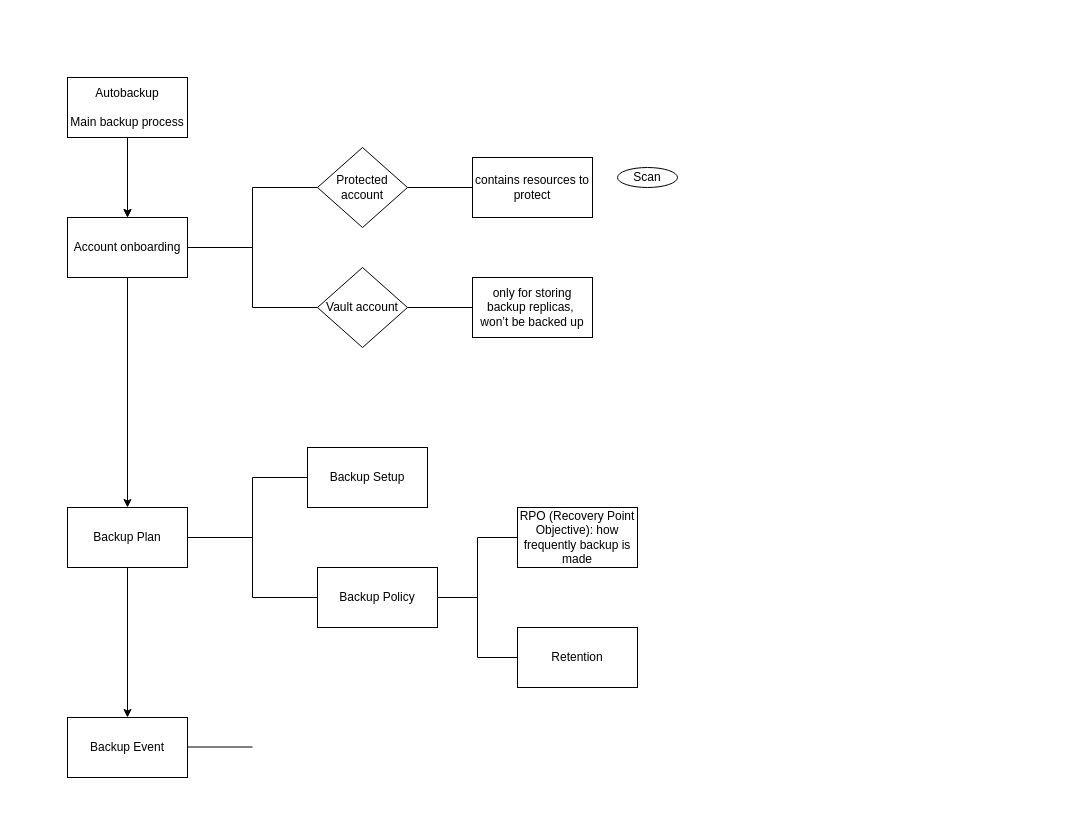
Before: Untitled Diagram.drawio in amuRico/follow, a draw.io diagram. Source tidied: cells renumbered, new cells numbered last; positions are measured from the earlier drawing's top-left corner, leaving out a move shared by most shapes. Both pictures are drawn from the tidied source at 100%, with x=0, y=0 at pixel (67, 77).
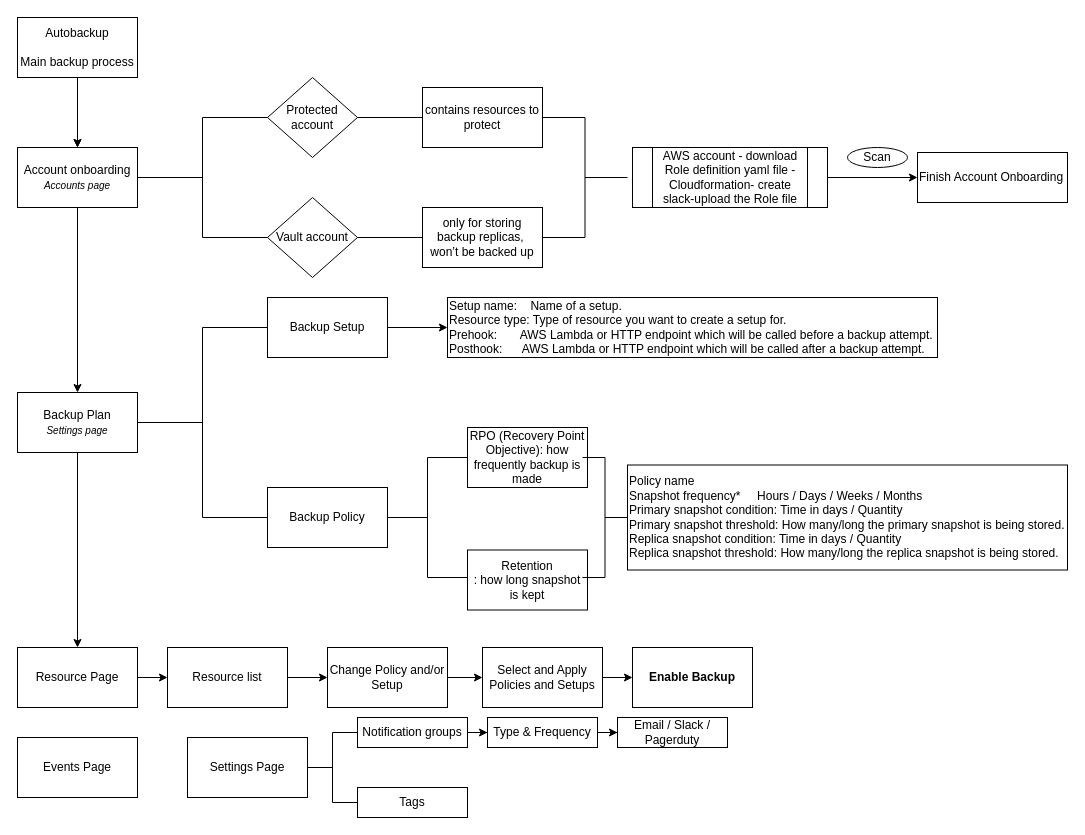
Above is the later version.

Change to the diagram source:
```diff
@@
     <mxCell id="2" style="edgeStyle=orthogonalEdgeStyle;rounded=0;jettySize=auto;html=1;" parent="1" edge="1" source="4">
       <mxGeometry relative="1" as="geometry">
-        <mxPoint x="60" y="140" as="targetPoint" />
+        <mxPoint x="10" y="70" as="targetPoint" />
       </mxGeometry>
     </mxCell>
@@
     <mxCell id="4" value="&lt;div&gt;Autobackup&lt;/div&gt;&lt;div&gt;&lt;br&gt;&lt;/div&gt;&lt;div&gt;Main backup process&lt;br&gt;&lt;/div&gt;" style="rounded=0;whiteSpace=wrap;html=1;" parent="1" vertex="1">
-      <mxGeometry width="120" height="60" as="geometry" />
+      <mxGeometry x="-50" y="-60" width="120" height="60" as="geometry" />
     </mxCell>
@@
-    <mxCell id="6" value="Account onboarding" style="whiteSpace=wrap;html=1;rounded=0;" parent="1" vertex="1">
-      <mxGeometry y="140" width="120" height="60" as="geometry" />
+    <mxCell id="6" value="&lt;div&gt;Account onboarding &lt;br&gt;&lt;font size=&quot;1&quot;&gt;&lt;i&gt;Accounts page&lt;/i&gt;&lt;/font&gt;&lt;/div&gt;" style="whiteSpace=wrap;html=1;rounded=0;" parent="1" vertex="1">
+      <mxGeometry x="-50" y="70" width="120" height="60" as="geometry" />
     </mxCell>
     <mxCell id="7" value="Protected account" style="rhombus;whiteSpace=wrap;html=1;rounded=0;" parent="1" vertex="1">
-      <mxGeometry x="250" y="70" width="90" height="80" as="geometry" />
+      <mxGeometry x="200" width="90" height="80" as="geometry" />
     </mxCell>
     <mxCell id="8" value="Vault account" style="rhombus;whiteSpace=wrap;html=1;rounded=0;" parent="1" vertex="1">
-      <mxGeometry x="250" y="190" width="90" height="80" as="geometry" />
+      <mxGeometry x="200" y="120" width="90" height="80" as="geometry" />
     </mxCell>
     <mxCell id="9" style="strokeWidth=1;html=1;shape=mxgraph.flowchart.annotation_2;align=left;labelPosition=right;rounded=0;fontFamily=Helvetica;fontSize=12;fontColor=default;fillColor=default;" parent="1" vertex="1">
-      <mxGeometry x="120" y="110" width="130" height="120" as="geometry" />
+      <mxGeometry x="70" y="40" width="130" height="120" as="geometry" />
     </mxCell>
     <mxCell id="10" value="Scan" style="ellipse;whiteSpace=wrap;html=1;rounded=0;fontFamily=Helvetica;fontSize=12;fontColor=default;strokeColor=default;fillColor=default;" parent="1" vertex="1">
-      <mxGeometry x="550" y="90" width="60" height="20" as="geometry" />
+      <mxGeometry x="780" y="70" width="60" height="20" as="geometry" />
     </mxCell>
@@
-    <mxCell id="12" value="Backup Plan " style="whiteSpace=wrap;html=1;rounded=0;" parent="1" vertex="1">
-      <mxGeometry y="430" width="120" height="60" as="geometry" />
+    <mxCell id="12" value="&lt;div&gt;Backup Plan&lt;br&gt;&lt;i&gt;&lt;font style=&quot;font-size: 10px&quot;&gt;Settings page&lt;/font&gt;&lt;/i&gt;&lt;br&gt;&lt;/div&gt;" style="whiteSpace=wrap;html=1;rounded=0;" parent="1" vertex="1">
+      <mxGeometry x="-50" y="315" width="120" height="60" as="geometry" />
     </mxCell>
     <mxCell id="13" style="strokeWidth=1;html=1;shape=mxgraph.flowchart.annotation_2;align=left;labelPosition=right;rounded=0;fontFamily=Helvetica;fontSize=12;fontColor=default;fillColor=default;" parent="1" vertex="1">
-      <mxGeometry x="120" y="400" width="130" height="120" as="geometry" />
+      <mxGeometry x="70" y="250" width="130" height="190" as="geometry" />
     </mxCell>
     <mxCell id="14" value="Backup Policy" style="rounded=0;whiteSpace=wrap;html=1;fontFamily=Helvetica;fontSize=12;fontColor=default;strokeColor=default;strokeWidth=1;fillColor=default;" parent="1" vertex="1">
-      <mxGeometry x="250" y="490" width="120" height="60" as="geometry" />
+      <mxGeometry x="200" y="410" width="120" height="60" as="geometry" />
     </mxCell>
+    <mxCell id="25" style="edgeStyle=orthogonalEdgeStyle;rounded=0;jettySize=auto;html=1;fontFamily=Helvetica;fontSize=12;fontColor=default;" parent="1" edge="1" source="15" target="31">
+      <mxGeometry relative="1" as="geometry" />
+    </mxCell>
     <mxCell id="15" value="&lt;div&gt;Backup Setup&lt;/div&gt;" style="rounded=0;whiteSpace=wrap;html=1;fontFamily=Helvetica;fontSize=12;fontColor=default;strokeColor=default;strokeWidth=1;fillColor=default;" parent="1" vertex="1">
-      <mxGeometry x="240" y="370" width="120" height="60" as="geometry" />
+      <mxGeometry x="200" y="220" width="120" height="60" as="geometry" />
     </mxCell>
     <mxCell id="16" value="contains resources to protect" style="whiteSpace=wrap;html=1;rounded=0;" parent="1" vertex="1">
-      <mxGeometry x="405" y="80" width="120" height="60" as="geometry" />
+      <mxGeometry x="355" y="10" width="120" height="60" as="geometry" />
     </mxCell>
     <mxCell id="17" value="only for storing backup replicas,&amp;nbsp; won’t be backed up" style="whiteSpace=wrap;html=1;rounded=0;" parent="1" vertex="1">
-      <mxGeometry x="405" y="200" width="120" height="60" as="geometry" />
+      <mxGeometry x="355" y="130" width="120" height="60" as="geometry" />
     </mxCell>
@@
     <mxCell id="19" style="endArrow=none;html=1;rounded=0;fontFamily=Helvetica;fontSize=12;fontColor=default;entryX=0;entryY=0.5;entryDx=0;entryDy=0;exitX=1;exitY=0.5;exitDx=0;exitDy=0;" parent="1" edge="1">
       <mxGeometry relative="1" as="geometry">
-        <mxPoint x="340" y="110" as="sourcePoint" />
-        <mxPoint x="405" y="110" as="targetPoint" />
+        <mxPoint x="290" y="40" as="sourcePoint" />
+        <mxPoint x="355" y="40" as="targetPoint" />
       </mxGeometry>
     </mxCell>
+    <mxCell id="26" style="edgeStyle=orthogonalEdgeStyle;rounded=0;jettySize=auto;html=1;fontFamily=Helvetica;fontSize=12;fontColor=default;" parent="1" edge="1" source="20" target="33">
+      <mxGeometry relative="1" as="geometry" />
+    </mxCell>
-    <mxCell id="20" value="Backup Event " style="whiteSpace=wrap;html=1;rounded=0;" parent="1" vertex="1">
-      <mxGeometry y="640" width="120" height="60" as="geometry" />
+    <mxCell id="20" value="Resource Page" style="whiteSpace=wrap;html=1;rounded=0;" parent="1" vertex="1">
+      <mxGeometry x="-50" y="570" width="120" height="60" as="geometry" />
     </mxCell>
-    <mxCell id="21" style="endArrow=none;html=1;rounded=0;fontFamily=Helvetica;fontSize=12;fontColor=default;entryX=0;entryY=0.5;entryDx=0;entryDy=0;exitX=1;exitY=0.5;exitDx=0;exitDy=0;" parent="1" edge="1">
-      <mxGeometry relative="1" as="geometry">
-        <mxPoint x="120" y="669.5" as="sourcePoint" />
-        <mxPoint x="185" y="669.5" as="targetPoint" />
-      </mxGeometry>
-    </mxCell>
     <mxCell id="22" style="strokeWidth=1;html=1;shape=mxgraph.flowchart.annotation_2;align=left;labelPosition=right;rounded=0;fontFamily=Helvetica;fontSize=12;fontColor=default;fillColor=default;" parent="1" vertex="1">
-      <mxGeometry x="370" y="460" width="80" height="120" as="geometry" />
+      <mxGeometry x="320" y="380" width="80" height="120" as="geometry" />
     </mxCell>
     <mxCell id="23" value="RPO (Recovery Point Objective): how frequently backup is made" style="rounded=0;whiteSpace=wrap;html=1;fontFamily=Helvetica;fontSize=12;fontColor=default;strokeColor=default;strokeWidth=1;fillColor=default;" parent="1" vertex="1">
-      <mxGeometry x="450" y="430" width="120" height="60" as="geometry" />
+      <mxGeometry x="400" y="350" width="120" height="60" as="geometry" />
     </mxCell>
-    <mxCell id="24" value="&lt;div&gt;Retention&lt;/div&gt;" style="rounded=0;whiteSpace=wrap;html=1;fontFamily=Helvetica;fontSize=12;fontColor=default;strokeColor=default;strokeWidth=1;fillColor=default;" parent="1" vertex="1">
-      <mxGeometry x="450" y="550" width="120" height="60" as="geometry" />
+    <mxCell id="24" value="&lt;div&gt;Retention&lt;/div&gt;: how long snapshot is kept" style="rounded=0;whiteSpace=wrap;html=1;fontFamily=Helvetica;fontSize=12;fontColor=default;strokeColor=default;strokeWidth=1;fillColor=default;" parent="1" vertex="1">
+      <mxGeometry x="400" y="472.5" width="120" height="60" as="geometry" />
     </mxCell>
+    <mxCell id="27" value="Policy name&lt;br&gt;Snapshot frequency*&amp;nbsp;&amp;nbsp;&amp;nbsp; &amp;nbsp;Hours / Days / Weeks / Months&lt;br&gt;Primary snapshot condition: Time in days / Quantity&lt;br&gt;Primary snapshot threshold: How many/long the primary snapshot is being stored.&lt;br&gt;Replica snapshot condition: Time in days / Quantity&lt;br&gt;Replica snapshot threshold: How many/long the replica snapshot is being stored." style="whiteSpace=wrap;html=1;rounded=0;strokeWidth=1;align=left;" parent="1" vertex="1">
+      <mxGeometry x="560" y="387.5" width="440" height="105" as="geometry" />
+    </mxCell>
+    <mxCell id="28" style="strokeWidth=1;html=1;shape=mxgraph.flowchart.annotation_2;align=left;labelPosition=right;rounded=0;fontFamily=Helvetica;fontSize=12;fontColor=default;fillColor=default;direction=west;" parent="1" vertex="1">
+      <mxGeometry x="475" y="40" width="85" height="120" as="geometry" />
+    </mxCell>
+    <mxCell id="29" style="endArrow=classic;html=1;rounded=0;fontFamily=Helvetica;fontSize=12;fontColor=default;exitX=1;exitY=0.5;exitDx=0;exitDy=0;" parent="1" edge="1" source="49">
+      <mxGeometry relative="1" as="geometry">
+        <mxPoint x="850" y="100" as="targetPoint" />
+      </mxGeometry>
+    </mxCell>
+    <mxCell id="30" value="Finish Account Onboarding" style="whiteSpace=wrap;html=1;align=left;strokeWidth=1;rounded=0;" parent="1" vertex="1">
+      <mxGeometry x="850" y="75" width="150" height="50" as="geometry" />
+    </mxCell>
+    <mxCell id="31" value="Setup name:&amp;nbsp;&amp;nbsp;&amp;nbsp; Name of a setup.&lt;br&gt;Resource type: Type of resource you want to create a setup for.&lt;br&gt;Prehook:&amp;nbsp;&amp;nbsp;&amp;nbsp;&amp;nbsp;&amp;nbsp;&amp;nbsp; AWS Lambda or HTTP endpoint which will be called before a backup attempt.&lt;br&gt;Posthook:&amp;nbsp;&amp;nbsp;&amp;nbsp;&amp;nbsp;&amp;nbsp; AWS Lambda or HTTP endpoint which will be called after a backup attempt." style="whiteSpace=wrap;html=1;rounded=0;strokeWidth=1;align=left;" parent="1" vertex="1">
+      <mxGeometry x="380" y="220" width="490" height="60" as="geometry" />
+    </mxCell>
+    <mxCell id="32" style="edgeStyle=orthogonalEdgeStyle;rounded=0;jettySize=auto;html=1;fontFamily=Helvetica;fontSize=12;fontColor=default;" parent="1" edge="1" source="33" target="35">
+      <mxGeometry relative="1" as="geometry" />
+    </mxCell>
+    <mxCell id="33" value="Resource list" style="whiteSpace=wrap;html=1;rounded=0;" parent="1" vertex="1">
+      <mxGeometry x="100" y="570" width="120" height="60" as="geometry" />
+    </mxCell>
+    <mxCell id="34" style="edgeStyle=orthogonalEdgeStyle;rounded=0;jettySize=auto;html=1;fontFamily=Helvetica;fontSize=12;fontColor=default;" parent="1" edge="1" source="35" target="37">
+      <mxGeometry relative="1" as="geometry" />
+    </mxCell>
+    <mxCell id="35" value="Change Policy and/or Setup" style="whiteSpace=wrap;html=1;rounded=0;" parent="1" vertex="1">
+      <mxGeometry x="260" y="570" width="120" height="60" as="geometry" />
+    </mxCell>
+    <mxCell id="36" style="edgeStyle=orthogonalEdgeStyle;rounded=0;jettySize=auto;html=1;fontFamily=Helvetica;fontSize=12;fontColor=default;" parent="1" edge="1" source="37" target="38">
+      <mxGeometry relative="1" as="geometry" />
+    </mxCell>
+    <mxCell id="37" value="Select and Apply Policies and Setups" style="whiteSpace=wrap;html=1;rounded=0;" parent="1" vertex="1">
+      <mxGeometry x="415" y="570" width="120" height="60" as="geometry" />
+    </mxCell>
+    <mxCell id="38" value="&lt;b&gt;Enable Backup&lt;/b&gt;" style="whiteSpace=wrap;html=1;rounded=0;" parent="1" vertex="1">
+      <mxGeometry x="565" y="570" width="120" height="60" as="geometry" />
+    </mxCell>
+    <mxCell id="39" value="Events Page" style="rounded=0;whiteSpace=wrap;html=1;fontFamily=Helvetica;fontSize=12;fontColor=default;strokeColor=default;strokeWidth=1;fillColor=default;" parent="1" vertex="1">
+      <mxGeometry x="-50" y="660" width="120" height="60" as="geometry" />
+    </mxCell>
+    <mxCell id="40" value="Settings Page" style="rounded=0;whiteSpace=wrap;html=1;fontFamily=Helvetica;fontSize=12;fontColor=default;strokeColor=default;strokeWidth=1;fillColor=default;" parent="1" vertex="1">
+      <mxGeometry x="120" y="660" width="120" height="60" as="geometry" />
+    </mxCell>
+    <mxCell id="41" style="strokeWidth=1;html=1;shape=mxgraph.flowchart.annotation_2;align=left;labelPosition=right;rounded=0;fontFamily=Helvetica;fontSize=12;fontColor=default;fillColor=default;" parent="1" vertex="1">
+      <mxGeometry x="240" y="655" width="50" height="70" as="geometry" />
+    </mxCell>
+    <mxCell id="42" style="edgeStyle=orthogonalEdgeStyle;rounded=0;jettySize=auto;html=1;fontFamily=Helvetica;fontSize=12;fontColor=default;" parent="1" edge="1" source="43" target="46">
+      <mxGeometry relative="1" as="geometry" />
+    </mxCell>
+    <mxCell id="43" value="Notification groups" style="rounded=0;whiteSpace=wrap;html=1;fontFamily=Helvetica;fontSize=12;fontColor=default;strokeColor=default;strokeWidth=1;fillColor=default;" parent="1" vertex="1">
+      <mxGeometry x="290" y="640" width="110" height="30" as="geometry" />
+    </mxCell>
+    <mxCell id="44" value="Tags" style="rounded=0;whiteSpace=wrap;html=1;fontFamily=Helvetica;fontSize=12;fontColor=default;strokeColor=default;strokeWidth=1;fillColor=default;" parent="1" vertex="1">
+      <mxGeometry x="290" y="710" width="110" height="30" as="geometry" />
+    </mxCell>
+    <mxCell id="45" style="edgeStyle=orthogonalEdgeStyle;rounded=0;jettySize=auto;html=1;fontFamily=Helvetica;fontSize=12;fontColor=default;" parent="1" edge="1" source="46" target="47">
+      <mxGeometry relative="1" as="geometry" />
+    </mxCell>
+    <mxCell id="46" value="Type &amp;amp; Frequency" style="rounded=0;whiteSpace=wrap;html=1;fontFamily=Helvetica;fontSize=12;fontColor=default;strokeColor=default;strokeWidth=1;fillColor=default;" parent="1" vertex="1">
+      <mxGeometry x="420" y="640" width="110" height="30" as="geometry" />
+    </mxCell>
+    <mxCell id="47" value="Email / Slack / Pagerduty" style="rounded=0;whiteSpace=wrap;html=1;fontFamily=Helvetica;fontSize=12;fontColor=default;strokeColor=default;strokeWidth=1;fillColor=default;" parent="1" vertex="1">
+      <mxGeometry x="550" y="640" width="110" height="30" as="geometry" />
+    </mxCell>
+    <mxCell id="48" style="strokeWidth=1;html=1;shape=mxgraph.flowchart.annotation_2;align=left;labelPosition=right;rounded=0;fontFamily=Helvetica;fontSize=12;fontColor=default;fillColor=default;direction=west;" parent="1" vertex="1">
+      <mxGeometry x="515" y="380" width="45" height="120" as="geometry" />
+    </mxCell>
+    <mxCell id="49" value="AWS account - download Role definition yaml file - Cloudformation- create slack-upload the Role file" style="shape=process;whiteSpace=wrap;html=1;backgroundOutline=1;" parent="1" vertex="1">
+      <mxGeometry x="565" y="70" width="195" height="60" as="geometry" />
+    </mxCell>
```
